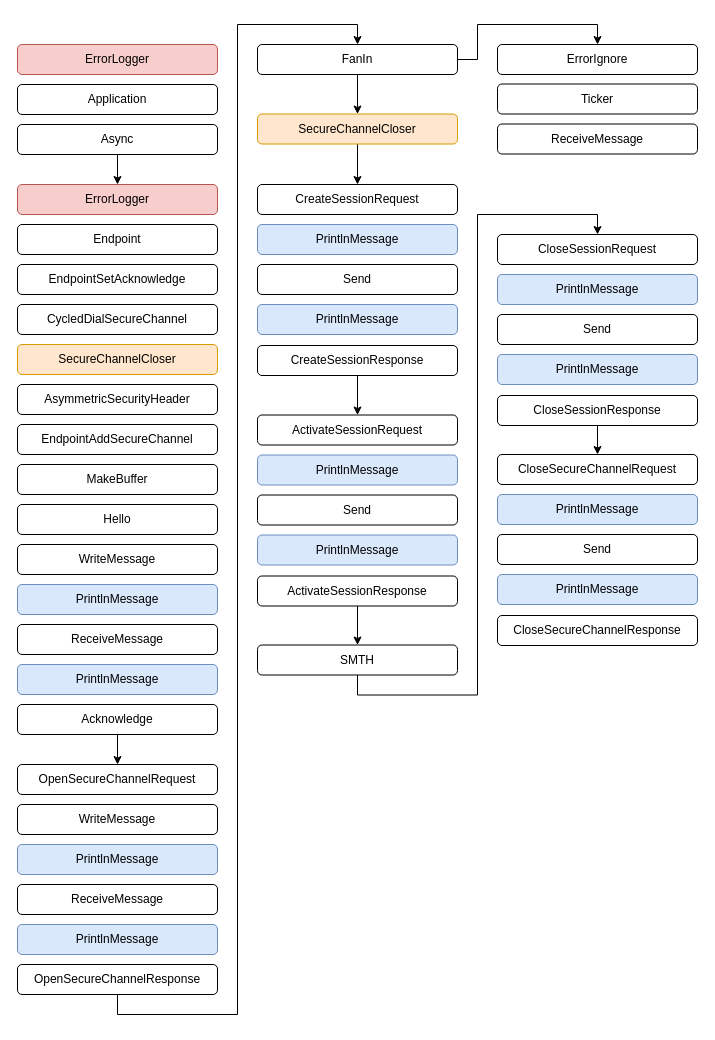
The draw.io diagram client-services.drawio in sergeichikan/app.diagrams.net, before the edit. Source tidied: cells renumbered, new cells numbered last; positions are measured from the earlier drawing's top-left corner, leaving out a move shared by most shapes. Both pictures are drawn from the tidied source at 100%, with x=0, y=0 at pixel (17, 24).
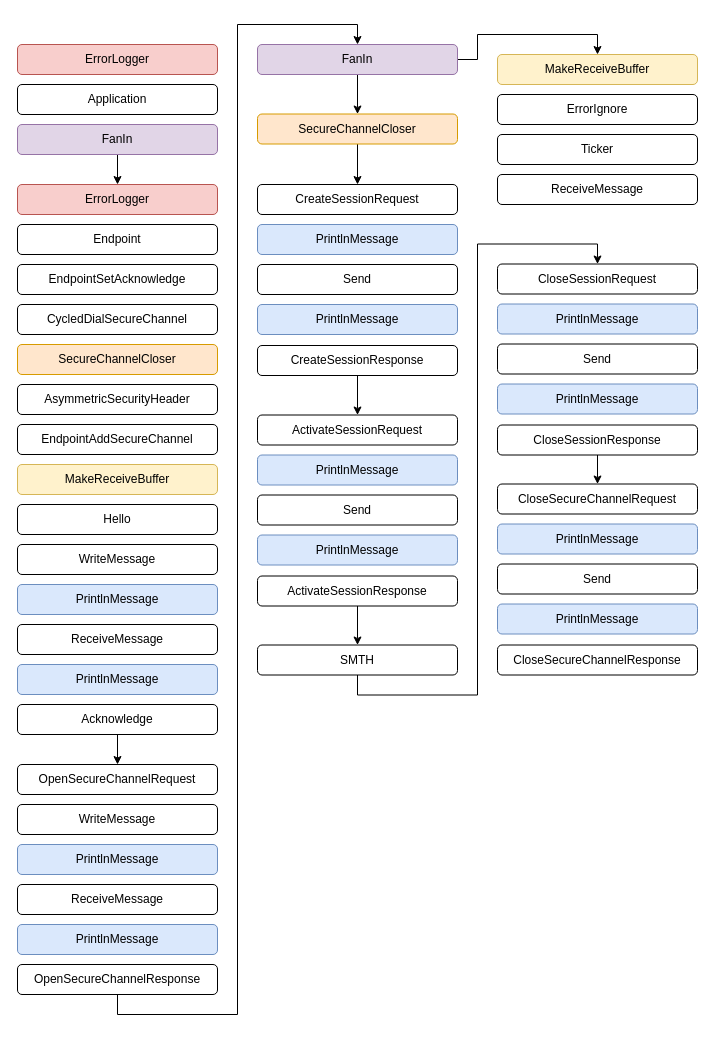
Above is the later version.

Unchanged cells that the change refers to:
```xml
<mxCell id="9" style="group;" parent="1" vertex="1">
  <mxGeometry y="160" width="200" height="550" as="geometry" />
</mxCell>
<mxCell id="61" style="group;" parent="1" vertex="1">
  <mxGeometry y="20" width="200" height="110" as="geometry" />
</mxCell>
```

The edit, as a diff of the source:
```diff
@@
-    <mxCell id="5" style="edgeStyle=orthogonalEdgeStyle;rounded=0;jettySize=auto;html=1;exitX=1;exitY=0.5;exitDx=0;exitDy=0;entryX=0.5;entryY=0;entryDx=0;entryDy=0;" parent="1" edge="1" source="7" target="68">
+    <mxCell id="5" style="edgeStyle=orthogonalEdgeStyle;rounded=0;jettySize=auto;html=1;exitX=1;exitY=0.5;exitDx=0;exitDy=0;entryX=0.5;entryY=0;entryDx=0;entryDy=0;" parent="1" edge="1" source="7" target="69">
       <mxGeometry relative="1" as="geometry" />
     </mxCell>
@@
-    <mxCell id="7" value="FanIn" style="rounded=1;whiteSpace=wrap;html=1;glass=0;shadow=0;" parent="1" vertex="1">
+    <mxCell id="7" value="FanIn" style="rounded=1;whiteSpace=wrap;html=1;glass=0;shadow=0;fillColor=#e1d5e7;strokeColor=#9673a6;" parent="1" vertex="1">
       <mxGeometry x="240" y="20" width="200" height="30" as="geometry" />
     </mxCell>
@@
-    <mxCell id="17" value="MakeBuffer" style="rounded=1;whiteSpace=wrap;html=1;glass=0;shadow=0;" parent="9" vertex="1">
+    <mxCell id="17" value="MakeReceiveBuffer" style="rounded=1;whiteSpace=wrap;html=1;glass=0;shadow=0;fillColor=#fff2cc;strokeColor=#d6b656;" parent="9" vertex="1">
       <mxGeometry y="280" width="200" height="30" as="geometry" />
     </mxCell>
@@
     <mxCell id="45" style="group;" parent="1" vertex="1">
-      <mxGeometry x="480" y="210" width="200" height="191" as="geometry" />
+      <mxGeometry x="480" y="239.5" width="200" height="191" as="geometry" />
     </mxCell>
@@
     <mxCell id="52" style="group;" parent="1" vertex="1">
-      <mxGeometry x="480" y="430" width="200" height="191" as="geometry" />
+      <mxGeometry x="480" y="459.5" width="200" height="191" as="geometry" />
     </mxCell>
@@
-    <mxCell id="64" value="Async" style="rounded=1;whiteSpace=wrap;html=1;" parent="61" vertex="1">
+    <mxCell id="64" value="FanIn" style="rounded=1;whiteSpace=wrap;html=1;fillColor=#e1d5e7;strokeColor=#9673a6;" parent="61" vertex="1">
       <mxGeometry y="80" width="200" height="30" as="geometry" />
     </mxCell>
-    <mxCell id="65" style="group;" parent="1" vertex="1">
-      <mxGeometry x="480" y="20" width="200" height="109.5" as="geometry" />
-    </mxCell>
+    <mxCell id="69" value="MakeReceiveBuffer" style="rounded=1;whiteSpace=wrap;html=1;glass=0;shadow=0;fillColor=#fff2cc;strokeColor=#d6b656;" parent="1" vertex="1">
+      <mxGeometry x="480" y="30" width="200" height="30" as="geometry" />
+    </mxCell>
-    <mxCell id="66" value="Ticker" style="rounded=1;whiteSpace=wrap;html=1;glass=0;shadow=0;" parent="65" vertex="1">
-      <mxGeometry y="39.5" width="200" height="30" as="geometry" />
+    <mxCell id="66" value="Ticker" style="rounded=1;whiteSpace=wrap;html=1;glass=0;shadow=0;" parent="1" vertex="1">
+      <mxGeometry x="480" y="110" width="200" height="30" as="geometry" />
     </mxCell>
-    <mxCell id="67" value="ReceiveMessage" style="rounded=1;whiteSpace=wrap;html=1;glass=0;shadow=0;" parent="65" vertex="1">
-      <mxGeometry y="79.5" width="200" height="30" as="geometry" />
+    <mxCell id="67" value="ReceiveMessage" style="rounded=1;whiteSpace=wrap;html=1;glass=0;shadow=0;" parent="1" vertex="1">
+      <mxGeometry x="480" y="150" width="200" height="30" as="geometry" />
     </mxCell>
-    <mxCell id="68" value="ErrorIgnore" style="rounded=1;whiteSpace=wrap;html=1;glass=0;shadow=0;" parent="65" vertex="1">
-      <mxGeometry width="200" height="30" as="geometry" />
+    <mxCell id="68" value="ErrorIgnore" style="rounded=1;whiteSpace=wrap;html=1;glass=0;shadow=0;" parent="1" vertex="1">
+      <mxGeometry x="480" y="70" width="200" height="30" as="geometry" />
     </mxCell>
```
